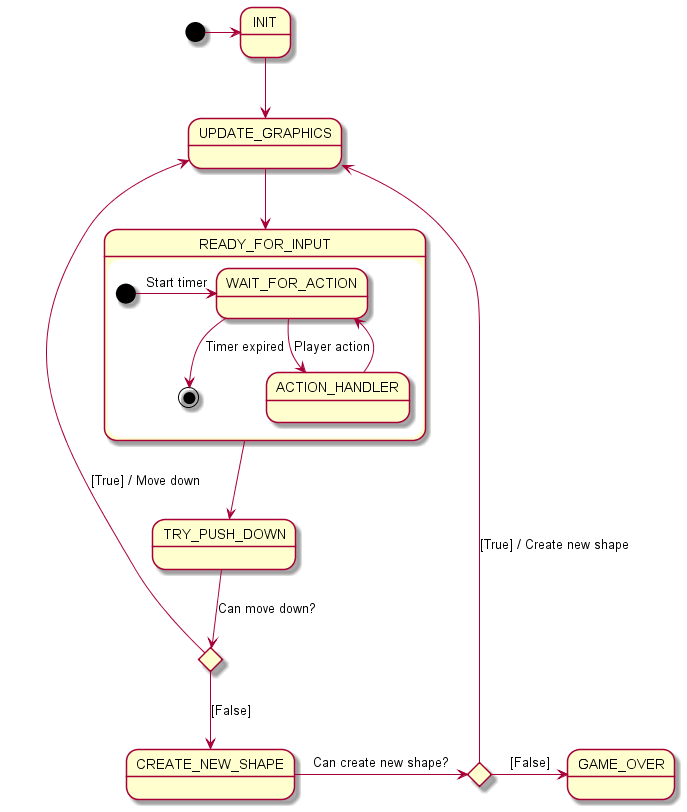
This is diagrams/stm_tetris/stm_tetris.png from Yoda92/AMS_TETRIS, a PlantUML export, as it was before one commit. Source of this version:
```plantuml
@startuml

    state C1 <<choice>>
    state C2 <<choice>>

    [*] -> INIT
    INIT --> UPDATE_GRAPHICS
    UPDATE_GRAPHICS --> READY_FOR_INPUT
    READY_FOR_INPUT --> TRY_PUSH_DOWN

    TRY_PUSH_DOWN --> C1 : Can move down?
    C1 --> UPDATE_GRAPHICS : [True] / Move down
    C1 --> CREATE_NEW_SHAPE : [False]

    CREATE_NEW_SHAPE -> C2 : Can create new shape?
    C2 --> UPDATE_GRAPHICS : [True] / Create new shape
    C2 -> GAME_OVER : [False]

    state READY_FOR_INPUT {
        [*] -> WAIT_FOR_ACTION : Start timer
        WAIT_FOR_ACTION --> [*] : Timer expired
        WAIT_FOR_ACTION --> ACTION_HANDLER : Player action
        ACTION_HANDLER --> WAIT_FOR_ACTION
    }

@enduml
```
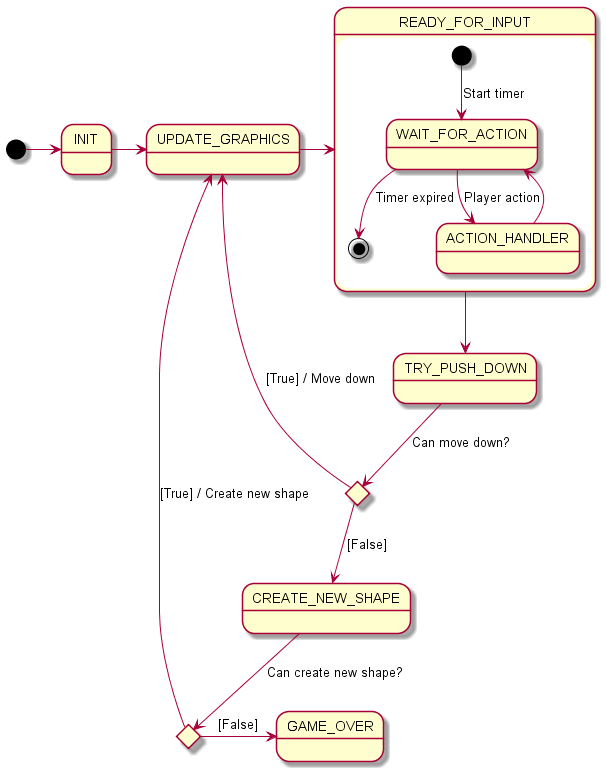
Above is the later version.

The edit, as a diff of the source:
```diff
@@ -4,20 +4,20 @@
     state C2 <<choice>>
 
     [*] -> INIT
-    INIT --> UPDATE_GRAPHICS
-    UPDATE_GRAPHICS --> READY_FOR_INPUT
+    INIT -> UPDATE_GRAPHICS
+    UPDATE_GRAPHICS -> READY_FOR_INPUT
     READY_FOR_INPUT --> TRY_PUSH_DOWN
 
     TRY_PUSH_DOWN --> C1 : Can move down?
     C1 --> UPDATE_GRAPHICS : [True] / Move down
     C1 --> CREATE_NEW_SHAPE : [False]
 
-    CREATE_NEW_SHAPE -> C2 : Can create new shape?
+    CREATE_NEW_SHAPE --> C2 : Can create new shape?
     C2 --> UPDATE_GRAPHICS : [True] / Create new shape
     C2 -> GAME_OVER : [False]
 
     state READY_FOR_INPUT {
-        [*] -> WAIT_FOR_ACTION : Start timer
+        [*] --> WAIT_FOR_ACTION : Start timer
         WAIT_FOR_ACTION --> [*] : Timer expired
         WAIT_FOR_ACTION --> ACTION_HANDLER : Player action
         ACTION_HANDLER --> WAIT_FOR_ACTION
```
